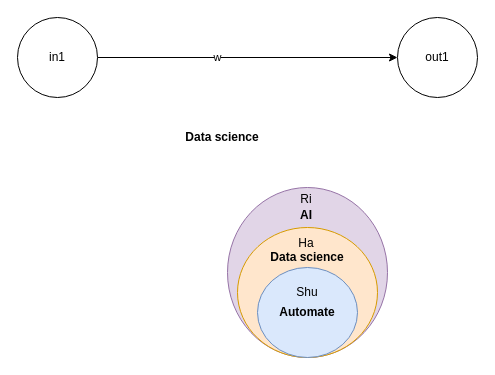
Above: NN.drawio in chavp/data-modeling (draw.io), before the change. Source tidied: cells renumbered, new cells numbered last; positions are measured from the earlier drawing's top-left corner, leaving out a move shared by most shapes. Both pictures are drawn from the tidied source at 100%, with x=0, y=0 at pixel (17, 17).
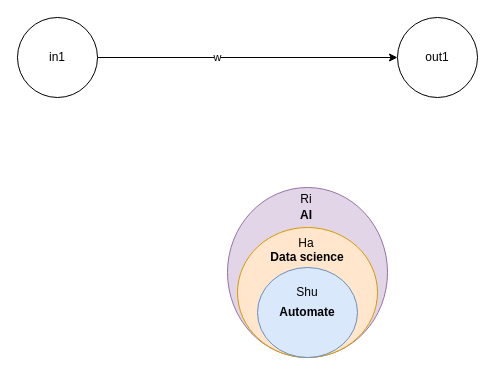
The same page after the edit.

The edit, as a diff of the source:
```diff
@@
 <mxGraphModel>
   <root>
     <mxCell id="0" />
     <mxCell id="1" parent="0" />
     <mxCell id="2" style="edgeStyle=orthogonalEdgeStyle;rounded=0;jettySize=auto;html=1;exitX=1;exitY=0.5;exitDx=0;exitDy=0;" parent="1" edge="1" source="4" target="5">
       <mxGeometry relative="1" as="geometry" />
     </mxCell>
     <mxCell id="3" value="w" style="edgeLabel;html=1;align=center;verticalAlign=middle;" parent="2" vertex="1">
       <mxGeometry x="-0.21" y="1" relative="1" as="geometry" />
     </mxCell>
     <mxCell id="4" value="in1" style="ellipse;whiteSpace=wrap;html=1;" parent="1" vertex="1">
       <mxGeometry width="80" height="80" as="geometry" />
     </mxCell>
     <mxCell id="5" value="out1" style="ellipse;whiteSpace=wrap;html=1;" parent="1" vertex="1">
       <mxGeometry x="380" width="80" height="80" as="geometry" />
     </mxCell>
     <mxCell id="6" style="ellipse;whiteSpace=wrap;html=1;fillColor=#e1d5e7;strokeColor=#9673a6;" parent="1" vertex="1">
       <mxGeometry x="210" y="170" width="160" height="170" as="geometry" />
     </mxCell>
-    <mxCell id="7" value="Data science" style="text;html=1;strokeColor=none;fillColor=none;align=center;verticalAlign=middle;whiteSpace=wrap;rounded=0;fontStyle=1;" parent="1" vertex="1">
-      <mxGeometry x="160" y="110" width="90" height="20" as="geometry" />
-    </mxCell>
     <mxCell id="8" value="AI" style="text;html=1;strokeColor=none;fillColor=none;align=center;verticalAlign=middle;whiteSpace=wrap;rounded=0;fontStyle=1;" parent="1" vertex="1">
       <mxGeometry x="269" y="188" width="40" height="20" as="geometry" />
     </mxCell>
     <mxCell id="9" style="ellipse;whiteSpace=wrap;html=1;fillColor=#ffe6cc;strokeColor=#d79b00;" parent="1" vertex="1">
       <mxGeometry x="220" y="210" width="140" height="130" as="geometry" />
     </mxCell>
     <mxCell id="10" value="Data science" style="text;html=1;strokeColor=none;fillColor=none;align=center;verticalAlign=middle;whiteSpace=wrap;rounded=0;fontStyle=1;" parent="1" vertex="1">
       <mxGeometry x="245" y="230" width="90" height="20" as="geometry" />
     </mxCell>
     <mxCell id="11" value="Automate" style="ellipse;whiteSpace=wrap;html=1;fillColor=#dae8fc;strokeColor=#6c8ebf;fontStyle=1;" parent="1" vertex="1">
       <mxGeometry x="240" y="250" width="100" height="90" as="geometry" />
     </mxCell>
     <mxCell id="12" value="Shu" style="text;html=1;strokeColor=none;fillColor=none;align=center;verticalAlign=middle;whiteSpace=wrap;rounded=0;" parent="1" vertex="1">
       <mxGeometry x="270" y="265" width="40" height="20" as="geometry" />
     </mxCell>
     <mxCell id="13" value="Ha" style="text;html=1;strokeColor=none;fillColor=none;align=center;verticalAlign=middle;whiteSpace=wrap;rounded=0;" parent="1" vertex="1">
       <mxGeometry x="269" y="216" width="40" height="20" as="geometry" />
     </mxCell>
     <mxCell id="14" value="Ri" style="text;html=1;strokeColor=none;fillColor=none;align=center;verticalAlign=middle;whiteSpace=wrap;rounded=0;" parent="1" vertex="1">
       <mxGeometry x="269" y="172" width="40" height="20" as="geometry" />
     </mxCell>
   </root>
 </mxGraphModel>
```
